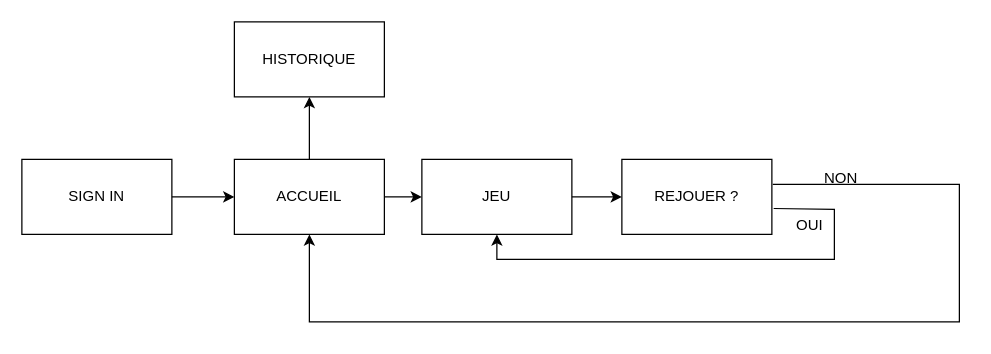
The draw.io diagram Flux navigation.drawio in davidgalindo-git/Puissance_4_ProjPOO, before the edit. Source tidied: cells renumbered, new cells numbered last; positions are measured from the earlier drawing's top-left corner, leaving out a move shared by most shapes. Both pictures are drawn from the tidied source at 125%, with x=0, y=0 at pixel (21, 21).
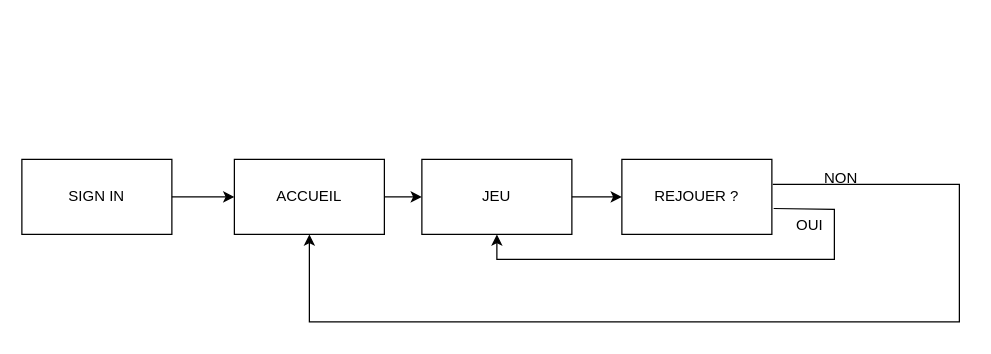
The same page after the edit.

Change to the diagram source:
```diff
@@
 <mxGraphModel>
   <root>
     <mxCell id="0" />
     <mxCell id="1" parent="0" />
     <mxCell id="2" value="SIGN IN" style="rounded=0;whiteSpace=wrap;html=1;" parent="1" vertex="1">
       <mxGeometry y="110" width="120" height="60" as="geometry" />
     </mxCell>
     <mxCell id="3" value="ACCUEIL" style="rounded=0;whiteSpace=wrap;html=1;" parent="1" vertex="1">
       <mxGeometry x="170" y="110" width="120" height="60" as="geometry" />
     </mxCell>
     <mxCell id="4" value="JEU" style="rounded=0;whiteSpace=wrap;html=1;" parent="1" vertex="1">
       <mxGeometry x="320" y="110" width="120" height="60" as="geometry" />
     </mxCell>
     <mxCell id="5" value="REJOUER ?" style="rounded=0;whiteSpace=wrap;html=1;" parent="1" vertex="1">
       <mxGeometry x="480" y="110" width="120" height="60" as="geometry" />
     </mxCell>
-    <mxCell id="6" value="HISTORIQUE" style="rounded=0;whiteSpace=wrap;html=1;" parent="1" vertex="1">
-      <mxGeometry x="170" width="120" height="60" as="geometry" />
-    </mxCell>
     <mxCell id="7" style="endArrow=classic;html=1;rounded=0;exitX=1;exitY=0.5;exitDx=0;exitDy=0;" parent="1" edge="1" source="3">
       <mxGeometry relative="1" as="geometry">
         <mxPoint x="320" y="140" as="targetPoint" />
       </mxGeometry>
     </mxCell>
     <mxCell id="8" style="endArrow=classic;html=1;rounded=0;exitX=1.012;exitY=0.655;exitDx=0;exitDy=0;entryX=0.5;entryY=1;entryDx=0;entryDy=0;exitPerimeter=0;" parent="1" edge="1" source="5" target="4">
       <mxGeometry relative="1" as="geometry">
         <Array as="points">
           <mxPoint x="650" y="150" />
           <mxPoint x="650" y="190" />
           <mxPoint x="380" y="190" />
         </Array>
       </mxGeometry>
     </mxCell>
     <mxCell id="9" style="endArrow=classic;html=1;rounded=0;exitX=1.006;exitY=0.333;exitDx=0;exitDy=0;entryX=0.5;entryY=1;entryDx=0;entryDy=0;exitPerimeter=0;" parent="1" edge="1" source="5" target="3">
       <mxGeometry relative="1" as="geometry">
         <Array as="points">
           <mxPoint x="750" y="130" />
           <mxPoint x="750" y="240" />
           <mxPoint x="230" y="240" />
         </Array>
       </mxGeometry>
     </mxCell>
     <mxCell id="10" value="NON" style="text;html=1;align=center;verticalAlign=middle;strokeColor=none;fillColor=none;" parent="1" vertex="1">
       <mxGeometry x="630" y="110" width="50" height="30" as="geometry" />
     </mxCell>
     <mxCell id="11" value="OUI" style="text;html=1;align=center;verticalAlign=middle;strokeColor=none;fillColor=none;" parent="1" vertex="1">
       <mxGeometry x="610" y="148" width="40" height="30" as="geometry" />
     </mxCell>
-    <mxCell id="12" style="endArrow=classic;html=1;rounded=0;exitX=0.5;exitY=0;exitDx=0;exitDy=0;entryX=0.5;entryY=1;entryDx=0;entryDy=0;" parent="1" edge="1" source="3" target="6">
-      <mxGeometry relative="1" as="geometry" />
-    </mxCell>
     <mxCell id="13" style="endArrow=classic;html=1;rounded=0;exitX=1;exitY=0.5;exitDx=0;exitDy=0;entryX=0;entryY=0.5;entryDx=0;entryDy=0;" parent="1" edge="1" source="2" target="3">
       <mxGeometry relative="1" as="geometry" />
     </mxCell>
     <mxCell id="14" style="endArrow=classic;html=1;rounded=0;exitX=1;exitY=0.5;exitDx=0;exitDy=0;entryX=0;entryY=0.5;entryDx=0;entryDy=0;" parent="1" edge="1" source="4" target="5">
       <mxGeometry relative="1" as="geometry" />
     </mxCell>
   </root>
 </mxGraphModel>
```
